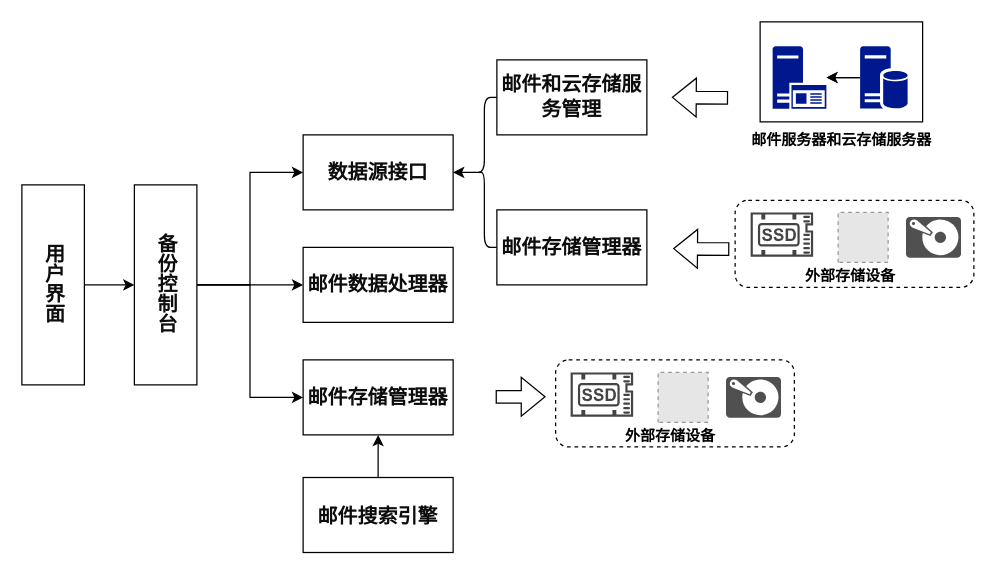
The draw.io diagram page "第 4 页" (4 of 5) of 第三章关键问题.drawio in GreenTee-color/Documents, before the edit. Source tidied: cells renumbered, new cells numbered last; positions are measured from the earlier drawing's top-left corner, leaving out a move shared by most shapes. Both pictures are drawn from the tidied source at 125%, with x=0, y=0 at pixel (21, 21). Pictures stored in the file or linked from it are replaced by grey dashed boxes.
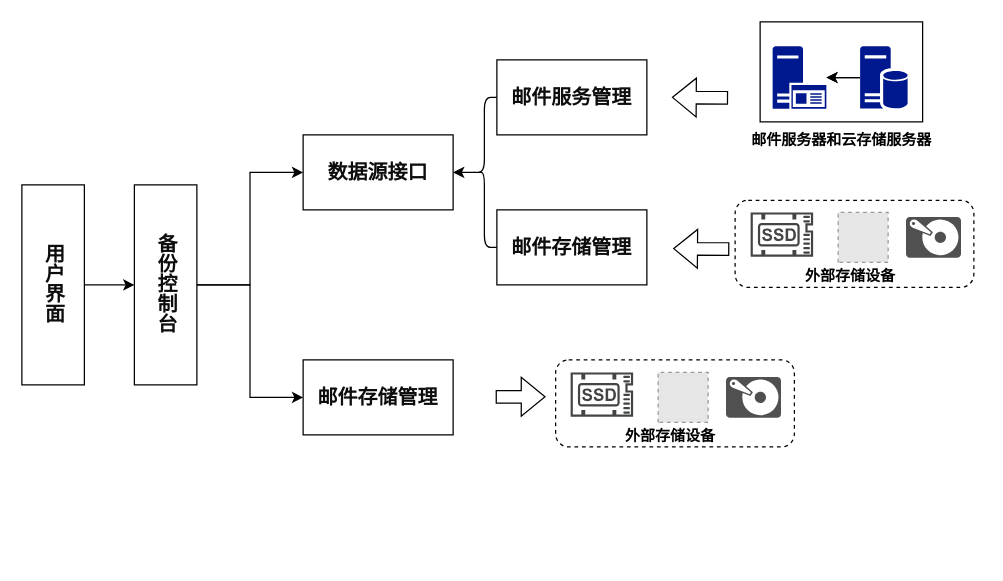
Above is the later version.

Commit message (it also covers changes not shown here):
更新第三章关键问题.drawio

Unchanged cells that the change refers to:
```xml
<mxCell id="2" style="group;" parent="1" vertex="1">
  <mxGeometry width="766.6" height="430.4" as="geometry" />
</mxCell>
<mxCell id="14" value="&lt;span style=&quot;border: 0px solid rgb(227, 227, 227); box-sizing: border-box; --tw-border-spacing-x: 0; --tw-border-spacing-y: 0; --tw-translate-x: 0; --tw-translate-y: 0; --tw-rotate: 0; --tw-skew-x: 0; --tw-skew-y: 0; --tw-scale-x: 1; --tw-scale-y: 1; --tw-pan-x: ; --tw-pan-y: ; --tw-pinch-zoom: ; --tw-scroll-snap-strictness: proximity; --tw-gradient-from-position: ; --tw-gradient-via-position: ; --tw-gradient-to-position: ; --tw-ordinal: ; --tw-slashed-zero: ; --tw-numeric-figure: ; --tw-numeric-spacing: ; --tw-numeric-fraction: ; --tw-ring-inset: ; --tw-ring-offset-width: 0px; --tw-ring-offset-color: #fff; --tw-ring-color: rgba(69,89,164,.5); --tw-ring-offset-shadow: 0 0 transparent; --tw-ring-shadow: 0 0 transparent; --tw-shadow: 0 0 transparent; --tw-shadow-colored: 0 0 transparent; --tw-blur: ; --tw-brightness: ; --tw-contrast: ; --tw-grayscale: ; --tw-hue-rotate: ; --tw-invert: ; --tw-saturate: ; --tw-sepia: ; --tw-drop-shadow: ; --tw-backdrop-blur: ; --tw-backdrop-brightness: ; --tw-backdrop-contrast: ; --tw-backdrop-grayscale: ; --tw-backdrop-hue-rotate: ; --tw-backdrop-invert: ; --tw-backdrop-opacity: ; --tw-backdrop-saturate: ; --tw-backdrop-sepia: ; font-weight: 600; color: rgb(13, 13, 13); font-family: Söhne, ui-sans-serif, system-ui, -apple-system, &amp;quot;Segoe UI&amp;quot;, Roboto, Ubuntu, Cantarell, &amp;quot;Noto Sans&amp;quot;, sans-serif, &amp;quot;Helvetica Neue&amp;quot;, Arial, &amp;quot;Apple Color Emoji&amp;quot;, &amp;quot;Segoe UI Emoji&amp;quot;, &amp;quot;Segoe UI Symbol&amp;quot;, &amp;quot;Noto Color Emoji&amp;quot;; font-size: 16px; text-align: left; white-space-collapse: preserve; background-color: rgb(255, 255, 255);&quot;&gt;备份控制台&lt;/span&gt;" style="rounded=0;whiteSpace=wrap;html=1;textDirection=vertical-lr;" parent="2" vertex="1">
  <mxGeometry x="90" y="130.4" width="50" height="160" as="geometry" />
</mxCell>
```

The edit, as a diff of the source:
```diff
@@
-    <mxCell id="8" style="edgeStyle=orthogonalEdgeStyle;rounded=0;jettySize=auto;html=1;entryX=0.5;entryY=1;entryDx=0;entryDy=0;" parent="2" edge="1" source="9" target="15">
-      <mxGeometry relative="1" as="geometry" />
-    </mxCell>
-    <mxCell id="9" value="&lt;span style=&quot;border: 0px solid rgb(227, 227, 227); box-sizing: border-box; --tw-border-spacing-x: 0; --tw-border-spacing-y: 0; --tw-translate-x: 0; --tw-translate-y: 0; --tw-rotate: 0; --tw-skew-x: 0; --tw-skew-y: 0; --tw-scale-x: 1; --tw-scale-y: 1; --tw-pan-x: ; --tw-pan-y: ; --tw-pinch-zoom: ; --tw-scroll-snap-strictness: proximity; --tw-gradient-from-position: ; --tw-gradient-via-position: ; --tw-gradient-to-position: ; --tw-ordinal: ; --tw-slashed-zero: ; --tw-numeric-figure: ; --tw-numeric-spacing: ; --tw-numeric-fraction: ; --tw-ring-inset: ; --tw-ring-offset-width: 0px; --tw-ring-offset-color: #fff; --tw-ring-color: rgba(69,89,164,.5); --tw-ring-offset-shadow: 0 0 transparent; --tw-ring-shadow: 0 0 transparent; --tw-shadow: 0 0 transparent; --tw-shadow-colored: 0 0 transparent; --tw-blur: ; --tw-brightness: ; --tw-contrast: ; --tw-grayscale: ; --tw-hue-rotate: ; --tw-invert: ; --tw-saturate: ; --tw-sepia: ; --tw-drop-shadow: ; --tw-backdrop-blur: ; --tw-backdrop-brightness: ; --tw-backdrop-contrast: ; --tw-backdrop-grayscale: ; --tw-backdrop-hue-rotate: ; --tw-backdrop-invert: ; --tw-backdrop-opacity: ; --tw-backdrop-saturate: ; --tw-backdrop-sepia: ; font-weight: 600; color: rgb(13, 13, 13); font-family: Söhne, ui-sans-serif, system-ui, -apple-system, &amp;quot;Segoe UI&amp;quot;, Roboto, Ubuntu, Cantarell, &amp;quot;Noto Sans&amp;quot;, sans-serif, &amp;quot;Helvetica Neue&amp;quot;, Arial, &amp;quot;Apple Color Emoji&amp;quot;, &amp;quot;Segoe UI Emoji&amp;quot;, &amp;quot;Segoe UI Symbol&amp;quot;, &amp;quot;Noto Color Emoji&amp;quot;; font-size: 16px; text-align: left; white-space-collapse: preserve; background-color: rgb(255, 255, 255);&quot;&gt;邮件&lt;/span&gt;&lt;span style=&quot;background-color: rgb(255, 255, 255); color: rgb(13, 13, 13); font-family: Söhne, ui-sans-serif, system-ui, -apple-system, &amp;quot;Segoe UI&amp;quot;, Roboto, Ubuntu, Cantarell, &amp;quot;Noto Sans&amp;quot;, sans-serif, &amp;quot;Helvetica Neue&amp;quot;, Arial, &amp;quot;Apple Color Emoji&amp;quot;, &amp;quot;Segoe UI Emoji&amp;quot;, &amp;quot;Segoe UI Symbol&amp;quot;, &amp;quot;Noto Color Emoji&amp;quot;; font-size: 16px; font-weight: 600; text-align: left; white-space-collapse: preserve;&quot;&gt;搜索引擎&lt;/span&gt;" style="rounded=0;whiteSpace=wrap;html=1;" parent="2" vertex="1">
-      <mxGeometry x="225" y="364.5" width="120" height="60" as="geometry" />
-    </mxCell>
-    <mxCell id="10" value="&lt;span style=&quot;border: 0px solid rgb(227, 227, 227); box-sizing: border-box; --tw-border-spacing-x: 0; --tw-border-spacing-y: 0; --tw-translate-x: 0; --tw-translate-y: 0; --tw-rotate: 0; --tw-skew-x: 0; --tw-skew-y: 0; --tw-scale-x: 1; --tw-scale-y: 1; --tw-pan-x: ; --tw-pan-y: ; --tw-pinch-zoom: ; --tw-scroll-snap-strictness: proximity; --tw-gradient-from-position: ; --tw-gradient-via-position: ; --tw-gradient-to-position: ; --tw-ordinal: ; --tw-slashed-zero: ; --tw-numeric-figure: ; --tw-numeric-spacing: ; --tw-numeric-fraction: ; --tw-ring-inset: ; --tw-ring-offset-width: 0px; --tw-ring-offset-color: #fff; --tw-ring-color: rgba(69,89,164,.5); --tw-ring-offset-shadow: 0 0 transparent; --tw-ring-shadow: 0 0 transparent; --tw-shadow: 0 0 transparent; --tw-shadow-colored: 0 0 transparent; --tw-blur: ; --tw-brightness: ; --tw-contrast: ; --tw-grayscale: ; --tw-hue-rotate: ; --tw-invert: ; --tw-saturate: ; --tw-sepia: ; --tw-drop-shadow: ; --tw-backdrop-blur: ; --tw-backdrop-brightness: ; --tw-backdrop-contrast: ; --tw-backdrop-grayscale: ; --tw-backdrop-hue-rotate: ; --tw-backdrop-invert: ; --tw-backdrop-opacity: ; --tw-backdrop-saturate: ; --tw-backdrop-sepia: ; font-weight: 600; color: rgb(13, 13, 13); font-family: Söhne, ui-sans-serif, system-ui, -apple-system, &amp;quot;Segoe UI&amp;quot;, Roboto, Ubuntu, Cantarell, &amp;quot;Noto Sans&amp;quot;, sans-serif, &amp;quot;Helvetica Neue&amp;quot;, Arial, &amp;quot;Apple Color Emoji&amp;quot;, &amp;quot;Segoe UI Emoji&amp;quot;, &amp;quot;Segoe UI Symbol&amp;quot;, &amp;quot;Noto Color Emoji&amp;quot;; font-size: 16px; text-align: left; white-space-collapse: preserve; background-color: rgb(255, 255, 255);&quot;&gt;邮件数据处理器&lt;/span&gt;" style="rounded=0;whiteSpace=wrap;html=1;" parent="2" vertex="1">
-      <mxGeometry x="225" y="180.4" width="120" height="60" as="geometry" />
-    </mxCell>
@@
-    <mxCell id="12" style="edgeStyle=orthogonalEdgeStyle;rounded=0;jettySize=auto;html=1;entryX=0;entryY=0.5;entryDx=0;entryDy=0;" parent="2" edge="1" source="14" target="10">
-      <mxGeometry relative="1" as="geometry" />
-    </mxCell>
@@
-    <mxCell id="15" value="&lt;span style=&quot;border: 0px solid rgb(227, 227, 227); box-sizing: border-box; --tw-border-spacing-x: 0; --tw-border-spacing-y: 0; --tw-translate-x: 0; --tw-translate-y: 0; --tw-rotate: 0; --tw-skew-x: 0; --tw-skew-y: 0; --tw-scale-x: 1; --tw-scale-y: 1; --tw-pan-x: ; --tw-pan-y: ; --tw-pinch-zoom: ; --tw-scroll-snap-strictness: proximity; --tw-gradient-from-position: ; --tw-gradient-via-position: ; --tw-gradient-to-position: ; --tw-ordinal: ; --tw-slashed-zero: ; --tw-numeric-figure: ; --tw-numeric-spacing: ; --tw-numeric-fraction: ; --tw-ring-inset: ; --tw-ring-offset-width: 0px; --tw-ring-offset-color: #fff; --tw-ring-color: rgba(69,89,164,.5); --tw-ring-offset-shadow: 0 0 transparent; --tw-ring-shadow: 0 0 transparent; --tw-shadow: 0 0 transparent; --tw-shadow-colored: 0 0 transparent; --tw-blur: ; --tw-brightness: ; --tw-contrast: ; --tw-grayscale: ; --tw-hue-rotate: ; --tw-invert: ; --tw-saturate: ; --tw-sepia: ; --tw-drop-shadow: ; --tw-backdrop-blur: ; --tw-backdrop-brightness: ; --tw-backdrop-contrast: ; --tw-backdrop-grayscale: ; --tw-backdrop-hue-rotate: ; --tw-backdrop-invert: ; --tw-backdrop-opacity: ; --tw-backdrop-saturate: ; --tw-backdrop-sepia: ; font-weight: 600; color: rgb(13, 13, 13); font-family: Söhne, ui-sans-serif, system-ui, -apple-system, &amp;quot;Segoe UI&amp;quot;, Roboto, Ubuntu, Cantarell, &amp;quot;Noto Sans&amp;quot;, sans-serif, &amp;quot;Helvetica Neue&amp;quot;, Arial, &amp;quot;Apple Color Emoji&amp;quot;, &amp;quot;Segoe UI Emoji&amp;quot;, &amp;quot;Segoe UI Symbol&amp;quot;, &amp;quot;Noto Color Emoji&amp;quot;; font-size: 16px; text-align: left; white-space-collapse: preserve; background-color: rgb(255, 255, 255);&quot;&gt;邮件存储管理器&lt;/span&gt;" style="rounded=0;whiteSpace=wrap;html=1;" parent="2" vertex="1">
+    <mxCell id="15" value="&lt;span style=&quot;border: 0px solid rgb(227, 227, 227); box-sizing: border-box; --tw-border-spacing-x: 0; --tw-border-spacing-y: 0; --tw-translate-x: 0; --tw-translate-y: 0; --tw-rotate: 0; --tw-skew-x: 0; --tw-skew-y: 0; --tw-scale-x: 1; --tw-scale-y: 1; --tw-pan-x: ; --tw-pan-y: ; --tw-pinch-zoom: ; --tw-scroll-snap-strictness: proximity; --tw-gradient-from-position: ; --tw-gradient-via-position: ; --tw-gradient-to-position: ; --tw-ordinal: ; --tw-slashed-zero: ; --tw-numeric-figure: ; --tw-numeric-spacing: ; --tw-numeric-fraction: ; --tw-ring-inset: ; --tw-ring-offset-width: 0px; --tw-ring-offset-color: #fff; --tw-ring-color: rgba(69,89,164,.5); --tw-ring-offset-shadow: 0 0 transparent; --tw-ring-shadow: 0 0 transparent; --tw-shadow: 0 0 transparent; --tw-shadow-colored: 0 0 transparent; --tw-blur: ; --tw-brightness: ; --tw-contrast: ; --tw-grayscale: ; --tw-hue-rotate: ; --tw-invert: ; --tw-saturate: ; --tw-sepia: ; --tw-drop-shadow: ; --tw-backdrop-blur: ; --tw-backdrop-brightness: ; --tw-backdrop-contrast: ; --tw-backdrop-grayscale: ; --tw-backdrop-hue-rotate: ; --tw-backdrop-invert: ; --tw-backdrop-opacity: ; --tw-backdrop-saturate: ; --tw-backdrop-sepia: ; font-weight: 600; color: rgb(13, 13, 13); font-family: Söhne, ui-sans-serif, system-ui, -apple-system, &amp;quot;Segoe UI&amp;quot;, Roboto, Ubuntu, Cantarell, &amp;quot;Noto Sans&amp;quot;, sans-serif, &amp;quot;Helvetica Neue&amp;quot;, Arial, &amp;quot;Apple Color Emoji&amp;quot;, &amp;quot;Segoe UI Emoji&amp;quot;, &amp;quot;Segoe UI Symbol&amp;quot;, &amp;quot;Noto Color Emoji&amp;quot;; font-size: 16px; text-align: left; white-space-collapse: preserve; background-color: rgb(255, 255, 255);&quot;&gt;邮件存储管理&lt;/span&gt;" style="rounded=0;whiteSpace=wrap;html=1;" parent="2" vertex="1">
       <mxGeometry x="225" y="270.4" width="120" height="60" as="geometry" />
     </mxCell>
@@
-    <mxCell id="35" value="&lt;font face=&quot;Söhne, ui-sans-serif, system-ui, -apple-system, Segoe UI, Roboto, Ubuntu, Cantarell, Noto Sans, sans-serif, Helvetica Neue, Arial, Apple Color Emoji, Segoe UI Emoji, Segoe UI Symbol, Noto Color Emoji&quot; color=&quot;#0d0d0d&quot;&gt;&lt;span style=&quot;font-size: 16px; white-space-collapse: preserve; background-color: rgb(255, 255, 255);&quot;&gt;&lt;b&gt;邮件和云存储服务管理&lt;/b&gt;&lt;/span&gt;&lt;/font&gt;" style="rounded=0;whiteSpace=wrap;html=1;" parent="2" vertex="1">
+    <mxCell id="35" value="&lt;font face=&quot;Söhne, ui-sans-serif, system-ui, -apple-system, Segoe UI, Roboto, Ubuntu, Cantarell, Noto Sans, sans-serif, Helvetica Neue, Arial, Apple Color Emoji, Segoe UI Emoji, Segoe UI Symbol, Noto Color Emoji&quot; color=&quot;#0d0d0d&quot;&gt;&lt;span style=&quot;font-size: 16px; white-space-collapse: preserve; background-color: rgb(255, 255, 255);&quot;&gt;&lt;b&gt;邮件服务管理&lt;/b&gt;&lt;/span&gt;&lt;/font&gt;" style="rounded=0;whiteSpace=wrap;html=1;" parent="2" vertex="1">
       <mxGeometry x="380" y="30.4" width="120" height="60" as="geometry" />
     </mxCell>
-    <mxCell id="36" value="&lt;div style=&quot;text-align: left;&quot;&gt;&lt;font face=&quot;Söhne, ui-sans-serif, system-ui, -apple-system, Segoe UI, Roboto, Ubuntu, Cantarell, Noto Sans, sans-serif, Helvetica Neue, Arial, Apple Color Emoji, Segoe UI Emoji, Segoe UI Symbol, Noto Color Emoji&quot; color=&quot;#0d0d0d&quot;&gt;&lt;span style=&quot;font-size: 16px; white-space-collapse: preserve; background-color: rgb(255, 255, 255);&quot;&gt;&lt;b&gt;邮件存储管理器&lt;/b&gt;&lt;/span&gt;&lt;/font&gt;&lt;/div&gt;" style="rounded=0;whiteSpace=wrap;html=1;" parent="2" vertex="1">
+    <mxCell id="36" value="&lt;div style=&quot;text-align: left;&quot;&gt;&lt;font face=&quot;Söhne, ui-sans-serif, system-ui, -apple-system, Segoe UI, Roboto, Ubuntu, Cantarell, Noto Sans, sans-serif, Helvetica Neue, Arial, Apple Color Emoji, Segoe UI Emoji, Segoe UI Symbol, Noto Color Emoji&quot; color=&quot;#0d0d0d&quot;&gt;&lt;span style=&quot;font-size: 16px; white-space-collapse: preserve; background-color: rgb(255, 255, 255);&quot;&gt;&lt;b&gt;邮件存储管理&lt;/b&gt;&lt;/span&gt;&lt;/font&gt;&lt;/div&gt;" style="rounded=0;whiteSpace=wrap;html=1;" parent="2" vertex="1">
       <mxGeometry x="380" y="150.4" width="120" height="60" as="geometry" />
     </mxCell>
```
